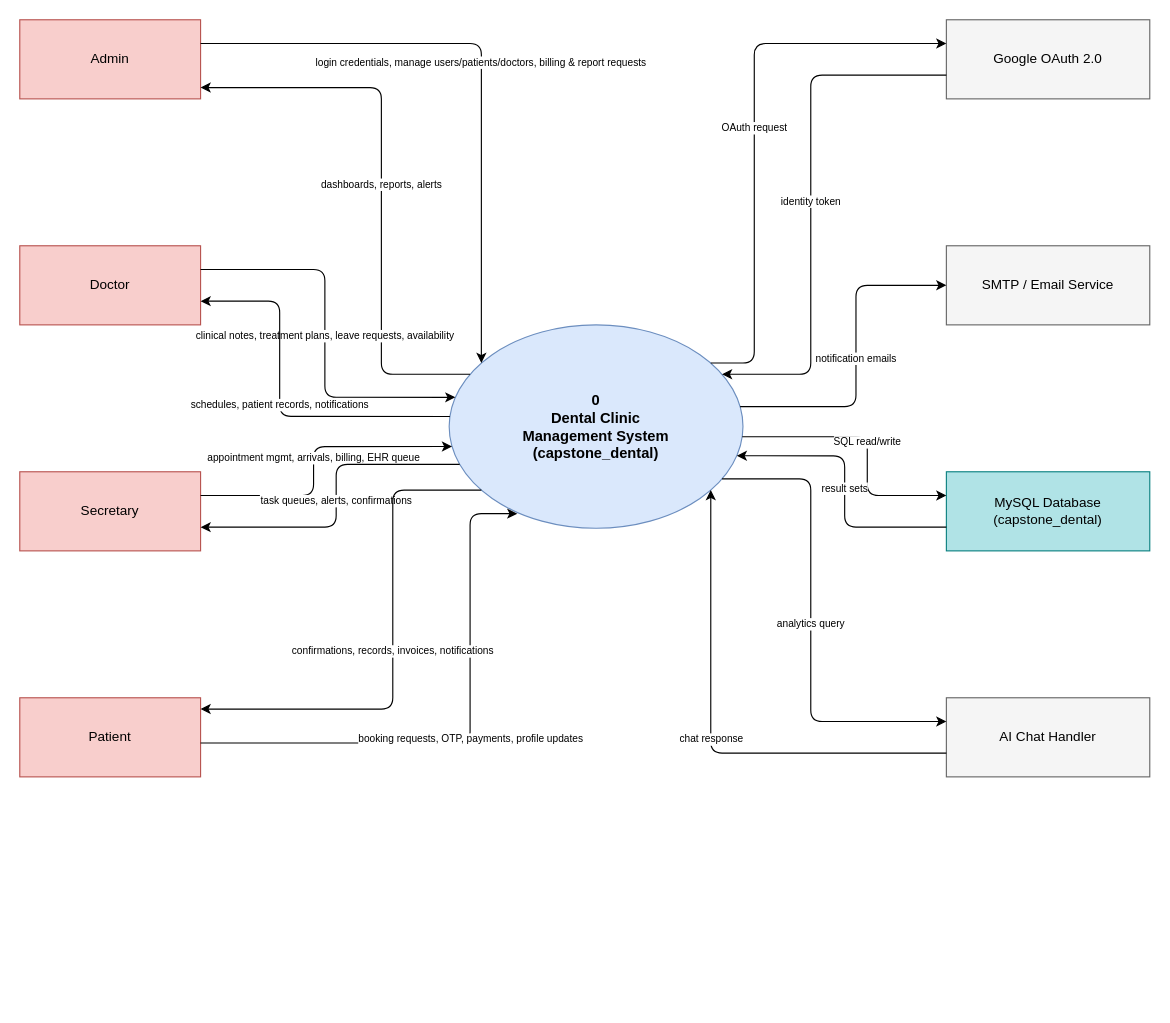
This is docs/context_diagram.drawio.xml from ivmagonzalescoc-123/dental_clinic_management, a draw.io file, before an edit. Source tidied: cells renumbered, new cells numbered last; positions are measured from the earlier drawing's top-left corner, leaving out a move shared by most shapes. Both pictures are drawn from the tidied source at 113%, with x=0, y=0 at pixel (19, 19).
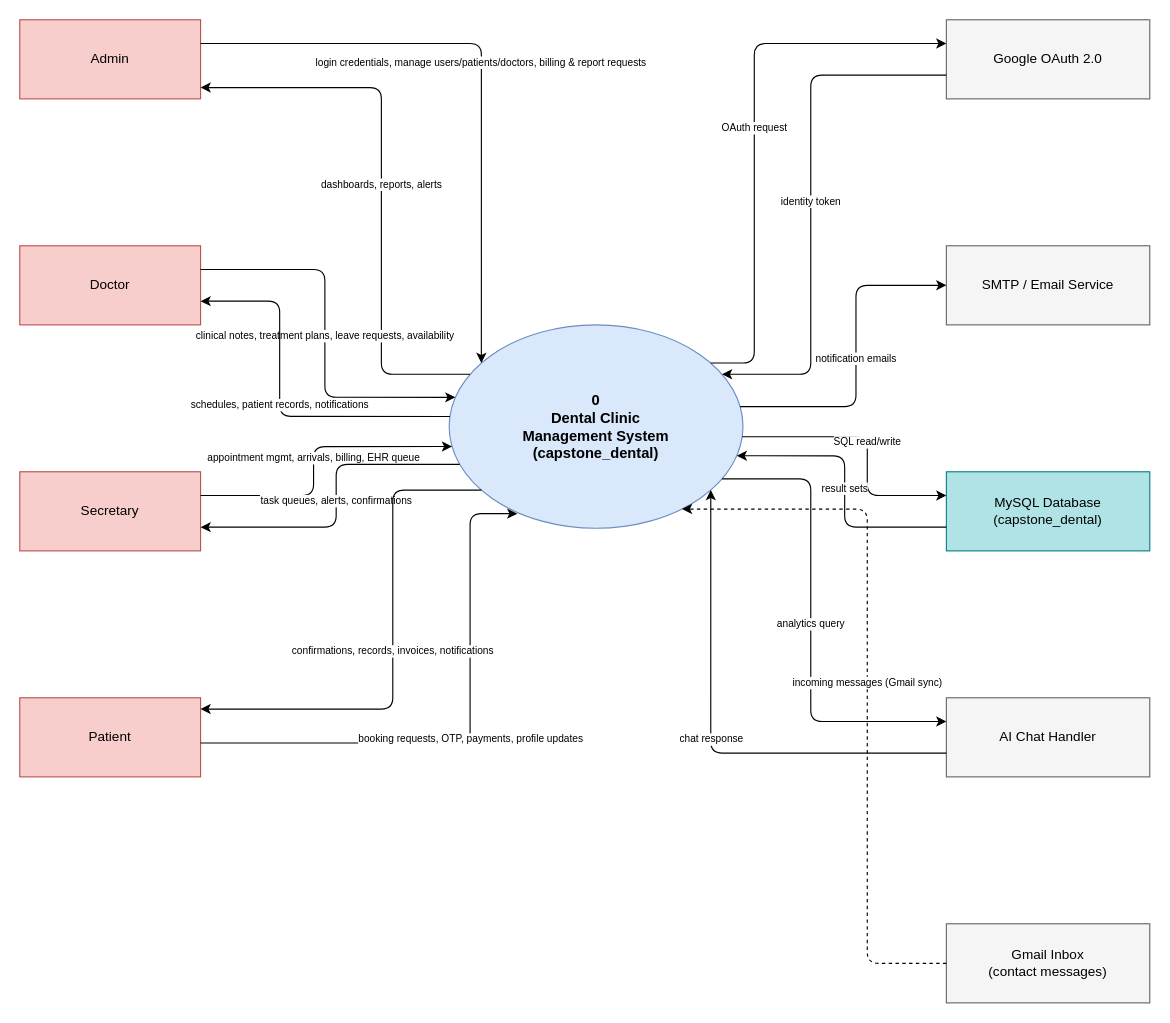
Above is the later version.

Unchanged cells that the change refers to:
```xml
<mxCell id="6" value="0&#10;Dental Clinic&#10;Management System&#10;(capstone_dental)" style="ellipse;whiteSpace=wrap;html=1;fontSize=13;fontStyle=1;fillColor=#dae8fc;strokeColor=#6c8ebf;" parent="1" vertex="1">
  <mxGeometry x="380" y="270" width="260" height="180" as="geometry" />
</mxCell>
```

Change to the diagram source:
```diff
@@
+    <mxCell id="26" value="Gmail Inbox&#10;(contact messages)" style="rounded=0;whiteSpace=wrap;html=1;fontSize=12;fillColor=#f5f5f5;strokeColor=#666666;" parent="1" vertex="1">
+      <mxGeometry x="820" y="800" width="180" height="70" as="geometry" />
+    </mxCell>
@@
+    <mxCell id="27" value="incoming messages (Gmail sync)" style="edgeStyle=orthogonalEdgeStyle;html=1;fontSize=9;dashed=1;" parent="1" edge="1" source="26" target="6">
+      <mxGeometry relative="1" as="geometry">
+        <Array as="points">
+          <mxPoint x="750" y="835" />
+          <mxPoint x="750" y="433" />
+        </Array>
+      </mxGeometry>
+    </mxCell>
```
